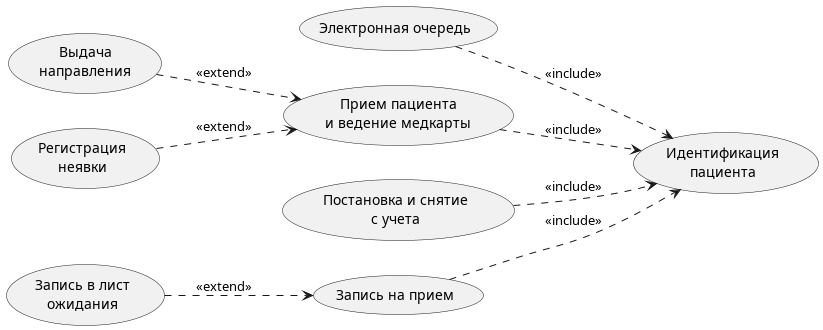
Earlier version of the PlantUML export img/usecase-relations.png (penamarth/bsbo-11-24_team3_var3_clinic).
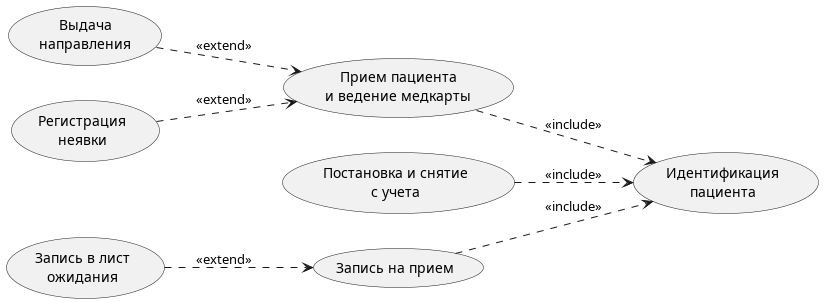
The same diagram one commit later.

Commit message:
очередь без отметки о приходе, PNG диаграмм Видения и прецедентов в img/

Change to the diagram source:
```diff
@@ -5,7 +5,6 @@
 (Запись на прием) ..> (Идентификация\nпациента) : <<include>>
 (Запись в лист\nожидания) ..> (Запись на прием) : <<extend>>
 
-(Электронная очередь) ..> (Идентификация\nпациента) : <<include>>
 
 (Выдача\nнаправления) ..> (Прием пациента\nи ведение медкарты) : <<extend>>
 (Регистрация\nнеявки) ..> (Прием пациента\nи ведение медкарты) : <<extend>>
```
